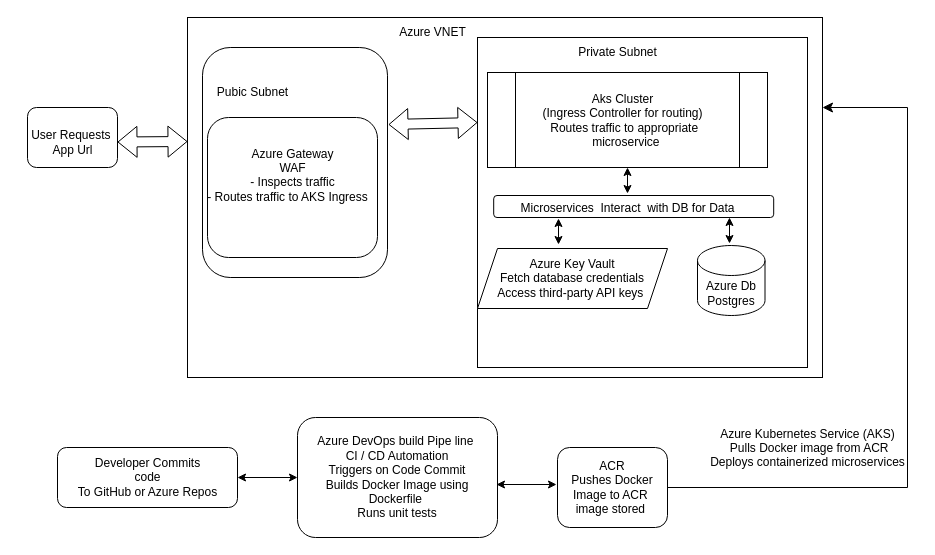
Earlier version of the draw.io diagram azureTechnicalChallange.drawio (abhinav-jha/fastApiAzureTechChallange). Source tidied: cells renumbered, new cells numbered last; positions are measured from the earlier drawing's top-left corner, leaving out a move shared by most shapes. Both pictures are drawn from the tidied source at 100%, with x=0, y=0 at pixel (17, 17).
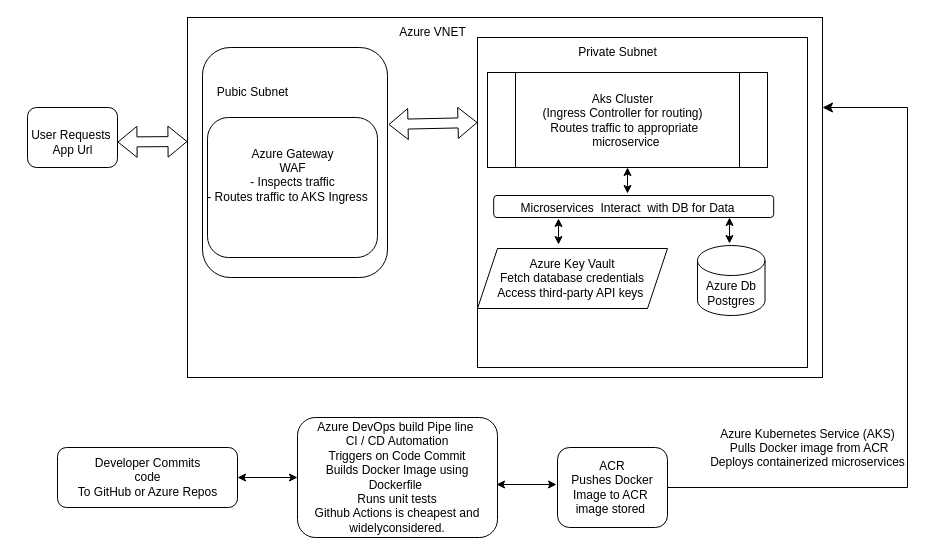
The same page after the edit.

What changed in the source:
```diff
@@
-    <mxCell id="16" value="&lt;div&gt;Azure DevOps build Pipe line&amp;nbsp;&lt;/div&gt;&lt;div&gt;&lt;span style=&quot;background-color: transparent;&quot;&gt;CI / CD Automation&lt;/span&gt;&lt;/div&gt;&lt;div&gt;&lt;span style=&quot;background-color: transparent;&quot;&gt;&amp;nbsp;Triggers on Code Commit&amp;nbsp;&lt;/span&gt;&lt;/div&gt;&lt;div&gt;&lt;span style=&quot;background-color: transparent;&quot;&gt;Builds Docker Image using Dockerfile&amp;nbsp;&lt;/span&gt;&lt;/div&gt;&lt;div&gt;&lt;span style=&quot;background-color: transparent;&quot;&gt;Runs unit tests&lt;/span&gt;&lt;/div&gt;" style="rounded=1;whiteSpace=wrap;html=1;" parent="1" vertex="1">
+    <mxCell id="16" value="&lt;div&gt;Azure DevOps build Pipe line&amp;nbsp;&lt;/div&gt;&lt;div&gt;&lt;span style=&quot;background-color: transparent;&quot;&gt;CI / CD Automation&lt;/span&gt;&lt;/div&gt;&lt;div&gt;&lt;span style=&quot;background-color: transparent;&quot;&gt;&amp;nbsp;Triggers on Code Commit&amp;nbsp;&lt;/span&gt;&lt;/div&gt;&lt;div&gt;&lt;span style=&quot;background-color: transparent;&quot;&gt;Builds Docker Image using Dockerfile&amp;nbsp;&lt;/span&gt;&lt;/div&gt;&lt;div&gt;&lt;span style=&quot;background-color: transparent;&quot;&gt;Runs unit tests&lt;br&gt;Github Actions is cheapest and widelyconsidered.&lt;/span&gt;&lt;/div&gt;" style="rounded=1;whiteSpace=wrap;html=1;" parent="1" vertex="1">
       <mxGeometry x="280" y="400" width="200" height="120" as="geometry" />
     </mxCell>
```
